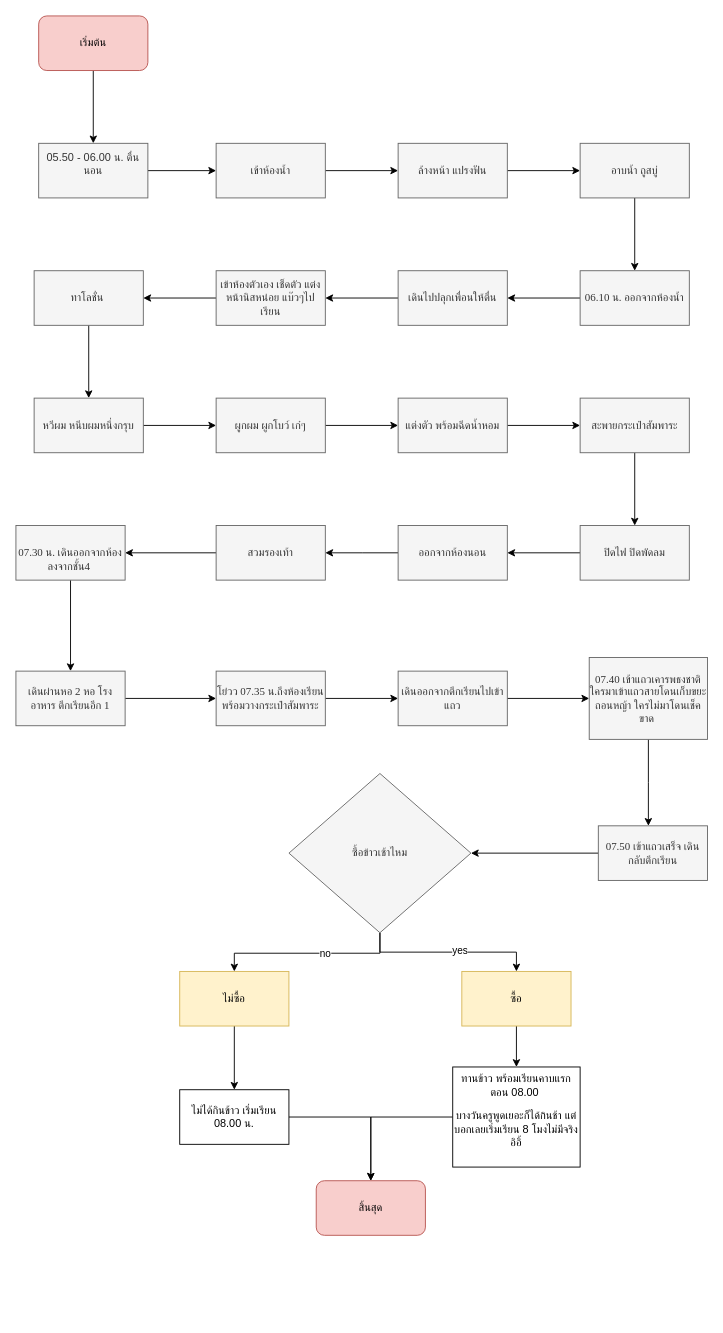
The draw.io diagram Untitled Diagram.drawio in porzsche/suchanan-porsche, before the edit. Source tidied: cells renumbered, new cells numbered last; positions are measured from the earlier drawing's top-left corner, leaving out a move shared by most shapes. Both pictures are drawn from the tidied source at 91%, with x=0, y=0 at pixel (15, 15).
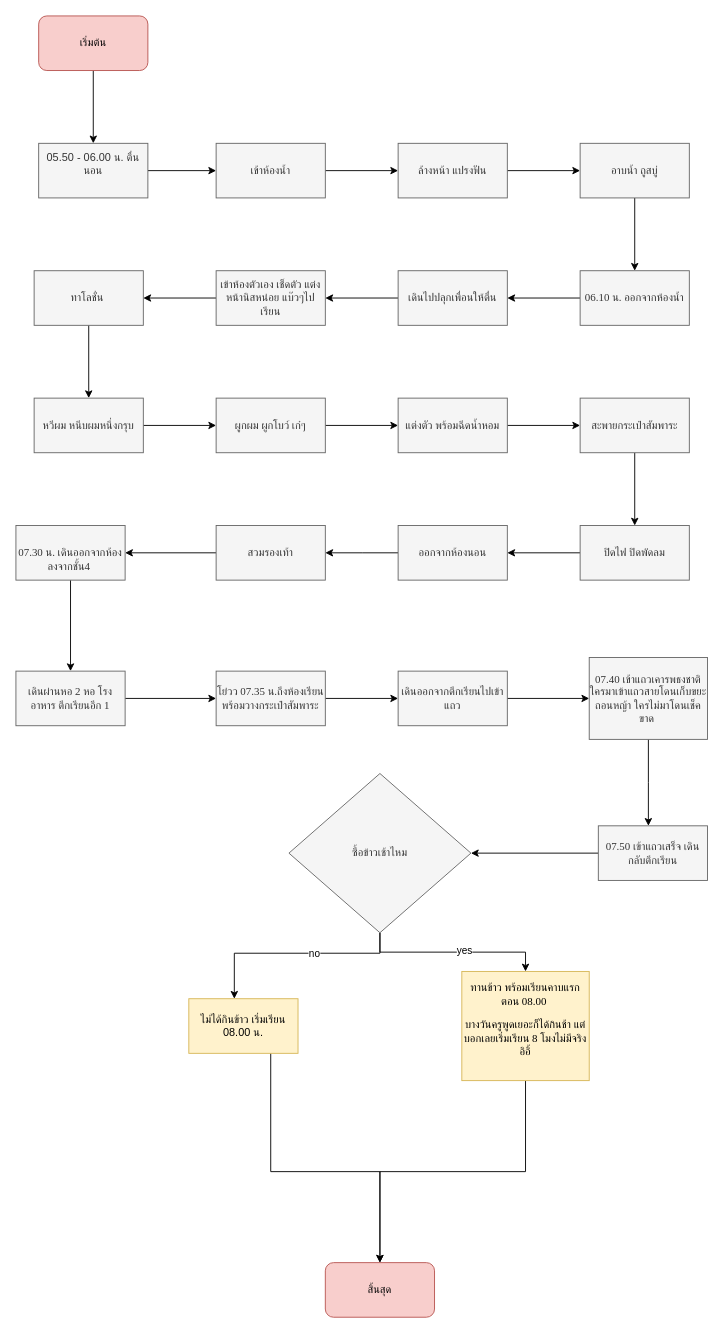
Above is the later version.

What changed in the source:
```diff
@@
-    <mxCell id="47" style="edgeStyle=orthogonalEdgeStyle;rounded=0;jettySize=auto;html=1;" parent="1" edge="1" source="48" target="57">
-      <mxGeometry relative="1" as="geometry" />
-    </mxCell>
+    <mxCell id="60" style="edgeStyle=orthogonalEdgeStyle;rounded=0;jettySize=auto;html=1;" parent="1" edge="1" source="48" target="55">
+      <mxGeometry relative="1" as="geometry">
+        <Array as="points">
+          <mxPoint x="560" y="1270" />
+          <mxPoint x="400" y="1270" />
+        </Array>
+      </mxGeometry>
+    </mxCell>
-    <mxCell id="48" value="ซื้อ" style="whiteSpace=wrap;html=1;fontFamily=Garamond;fillColor=#fff2cc;strokeColor=#d6b656;rounded=0;" parent="1" vertex="1">
-      <mxGeometry x="490" y="1050" width="120" height="60" as="geometry" />
+    <mxCell id="48" value="&lt;p&gt;ทานข้าว พร้อมเรียนคาบแรกตอน 08.00&amp;nbsp;&lt;/p&gt;&lt;p&gt;บางวันครูพูดเยอะก็ได้กินช้า แต่บอกเลยเริ่มเรียน 8 โมงไม่มีจริงอิอิ้&lt;/p&gt;&lt;div&gt;&lt;br&gt;&lt;/div&gt;" style="whiteSpace=wrap;html=1;fontFamily=Garamond;fillColor=#fff2cc;strokeColor=#d6b656;rounded=0;" parent="1" vertex="1">
+      <mxGeometry x="490" y="1050" width="140" height="120" as="geometry" />
     </mxCell>
-    <mxCell id="49" style="edgeStyle=orthogonalEdgeStyle;rounded=0;jettySize=auto;html=1;" parent="1" edge="1" source="50" target="59">
-      <mxGeometry relative="1" as="geometry" />
-    </mxCell>
+    <mxCell id="61" style="edgeStyle=orthogonalEdgeStyle;rounded=0;jettySize=auto;html=1;exitX=0.75;exitY=1;exitDx=0;exitDy=0;" parent="1" edge="1" source="50" target="55">
+      <mxGeometry relative="1" as="geometry">
+        <Array as="points">
+          <mxPoint x="280" y="1270" />
+          <mxPoint x="400" y="1270" />
+        </Array>
+      </mxGeometry>
+    </mxCell>
-    <mxCell id="50" value="ไม่ซื้อ" style="whiteSpace=wrap;html=1;fontFamily=Garamond;fillColor=#fff2cc;strokeColor=#d6b656;rounded=0;" parent="1" vertex="1">
-      <mxGeometry x="180" y="1050" width="120" height="60" as="geometry" />
+    <mxCell id="50" value="&lt;span style=&quot;font-family: Helvetica;&quot;&gt;ไม่ได้กินข้าว เริ่มเรียน 08.00 น.&lt;/span&gt;" style="whiteSpace=wrap;html=1;fontFamily=Garamond;fillColor=#fff2cc;strokeColor=#d6b656;rounded=0;" parent="1" vertex="1">
+      <mxGeometry x="190" y="1080" width="120" height="60" as="geometry" />
     </mxCell>
@@
     <mxCell id="55" value="สิ้นสุด" style="rounded=1;whiteSpace=wrap;html=1;fillColor=#f8cecc;strokeColor=#b85450;" parent="1" vertex="1">
-      <mxGeometry x="330" y="1280" width="120" height="60" as="geometry" />
+      <mxGeometry x="340" y="1370" width="120" height="60" as="geometry" />
     </mxCell>
-    <mxCell id="56" style="edgeStyle=orthogonalEdgeStyle;rounded=0;jettySize=auto;html=1;" parent="1" edge="1" source="57" target="55">
-      <mxGeometry relative="1" as="geometry" />
-    </mxCell>
-    <mxCell id="57" value="&lt;p&gt;ทานข้าว พร้อมเรียนคาบแรกตอน 08.00&amp;nbsp;&lt;/p&gt;&lt;p&gt;บางวันครูพูดเยอะก็ได้กินช้า แต่บอกเลยเริ่มเรียน 8 โมงไม่มีจริงอิอิ้&lt;/p&gt;&lt;div&gt;&lt;br style=&quot;font-family: Garamond;&quot;&gt;&lt;/div&gt;" style="rounded=0;whiteSpace=wrap;html=1;" parent="1" vertex="1">
-      <mxGeometry x="480" y="1155" width="140" height="110" as="geometry" />
-    </mxCell>
-    <mxCell id="58" style="edgeStyle=orthogonalEdgeStyle;rounded=0;jettySize=auto;html=1;entryX=0.5;entryY=0;entryDx=0;entryDy=0;" parent="1" edge="1" source="59" target="55">
-      <mxGeometry relative="1" as="geometry" />
-    </mxCell>
-    <mxCell id="59" value="ไม่ได้กินข้าว เริ่มเรียน 08.00 น." style="rounded=0;whiteSpace=wrap;html=1;" parent="1" vertex="1">
-      <mxGeometry x="180" y="1180" width="120" height="60" as="geometry" />
-    </mxCell>
```
